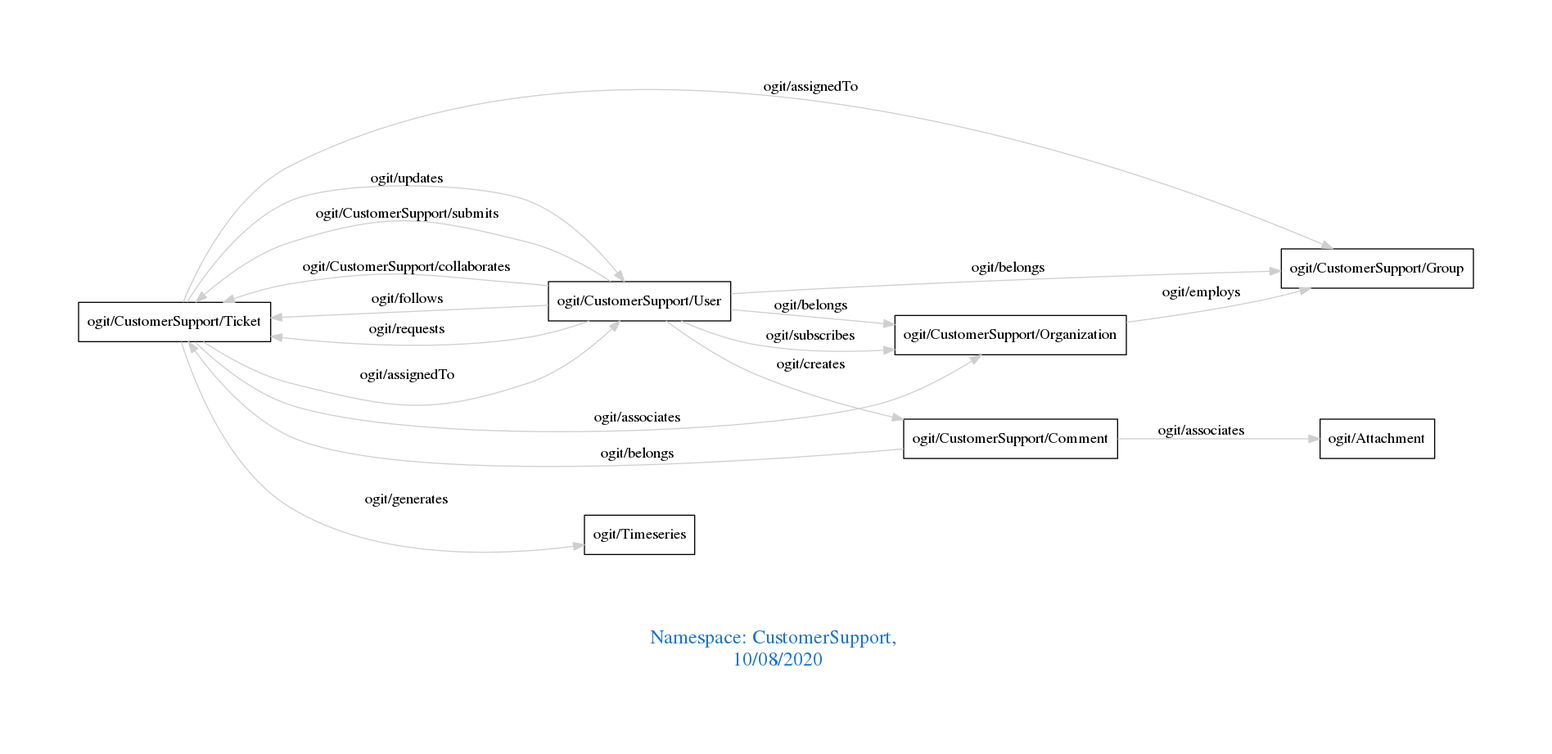
Above: downloads/CustomerSupport.png in arago/OGIT (Graphviz), before the change. Its source is kept beside it as downloads/CustomerSupport.dot.
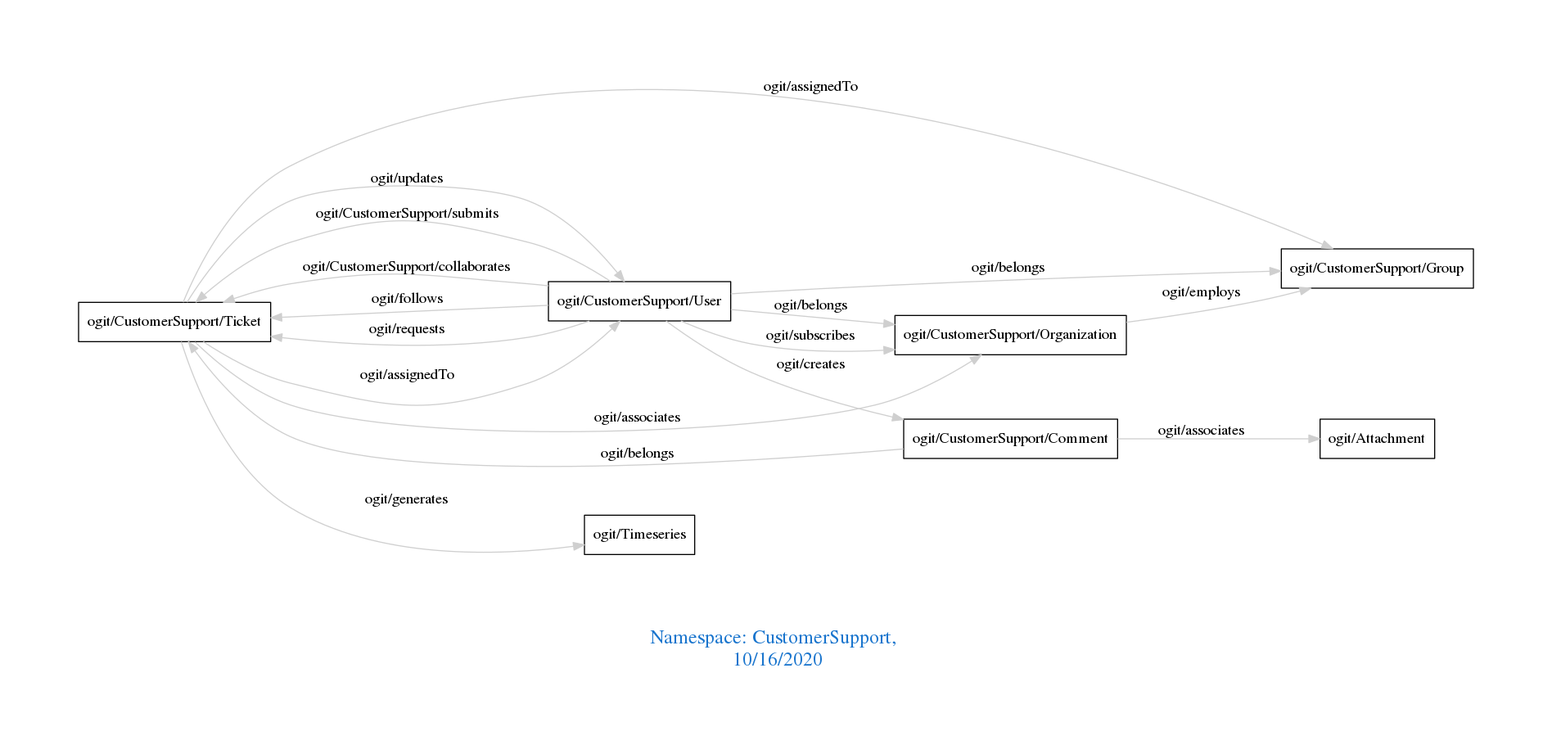
After the change.

Diff of the diagram source:
```diff
@@ -1,7 +1,7 @@
 digraph OGIT_ontology {
  graph [ rankdir= LR,pad=1
 fontsize = 18,
-fontcolor= dodgerblue3,label = "\n\n\nNamespace: CustomerSupport, \n 10/08/2020"];
+fontcolor= dodgerblue3,label = "\n\n\nNamespace: CustomerSupport, \n 10/16/2020"];
 node[shape=polygon];
 edge [  color="gray81"];
 
```
